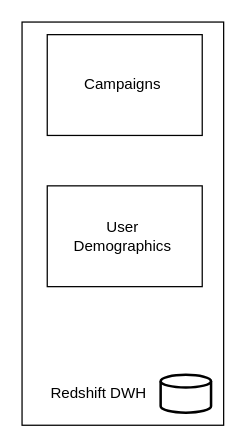
Earlier version of the draw.io diagram Diagram/Data Flow/DataFlow-Diagram.drawio (GodMayank/GDE_Hackathon). Source tidied: cells renumbered, new cells numbered last; positions are measured from the earlier drawing's top-left corner, leaving out a move shared by most shapes. Both pictures are drawn from the tidied source at 126%, with x=0, y=0 at pixel (21, 21).
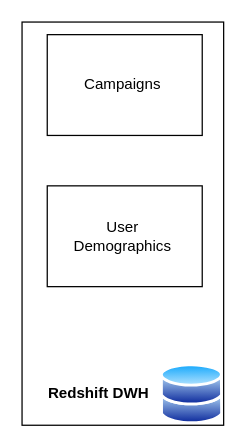
After the change.

Change to the diagram source:
```diff
@@
 <mxGraphModel>
   <root>
     <mxCell id="0" />
     <mxCell id="1" parent="0" />
     <mxCell id="2" style="rounded=0;whiteSpace=wrap;html=1;" parent="1" vertex="1">
       <mxGeometry width="160" height="320" as="geometry" />
     </mxCell>
-    <mxCell id="3" style="strokeWidth=2;html=1;shape=mxgraph.flowchart.database;whiteSpace=wrap;" parent="1" vertex="1">
-      <mxGeometry x="110" y="280" width="40" height="30" as="geometry" />
-    </mxCell>
     <mxCell id="4" style="rounded=0;whiteSpace=wrap;html=1;" parent="1" vertex="1">
       <mxGeometry x="20" y="10" width="123" height="80" as="geometry" />
     </mxCell>
     <mxCell id="5" style="rounded=0;whiteSpace=wrap;html=1;" parent="1" vertex="1">
       <mxGeometry x="20" y="130" width="123" height="80" as="geometry" />
     </mxCell>
-    <mxCell id="6" value="Redshift DWH" style="text;html=1;strokeColor=none;fillColor=none;align=center;verticalAlign=middle;whiteSpace=wrap;rounded=0;" parent="1" vertex="1">
+    <mxCell id="6" value="&lt;b&gt;Redshift DWH&lt;/b&gt;" style="text;html=1;strokeColor=none;fillColor=none;align=center;verticalAlign=middle;whiteSpace=wrap;rounded=0;" parent="1" vertex="1">
       <mxGeometry x="10" y="270" width="102" height="50" as="geometry" />
     </mxCell>
     <mxCell id="7" value="Campaigns" style="text;html=1;strokeColor=none;fillColor=none;align=center;verticalAlign=middle;whiteSpace=wrap;rounded=0;" parent="1" vertex="1">
       <mxGeometry x="29" y="25" width="102" height="50" as="geometry" />
     </mxCell>
     <mxCell id="8" value="User Demographics" style="text;html=1;strokeColor=none;fillColor=none;align=center;verticalAlign=middle;whiteSpace=wrap;rounded=0;" parent="1" vertex="1">
       <mxGeometry x="29" y="145" width="102" height="50" as="geometry" />
     </mxCell>
+    <mxCell id="9" style="image;perimeter=ellipsePerimeter;html=1;align=center;shadow=0;dashed=0;spacingTop=3;image=img/lib/active_directory/databases.svg;" parent="1" vertex="1">
+      <mxGeometry x="110" y="271" width="50" height="49" as="geometry" />
+    </mxCell>
   </root>
 </mxGraphModel>
```
